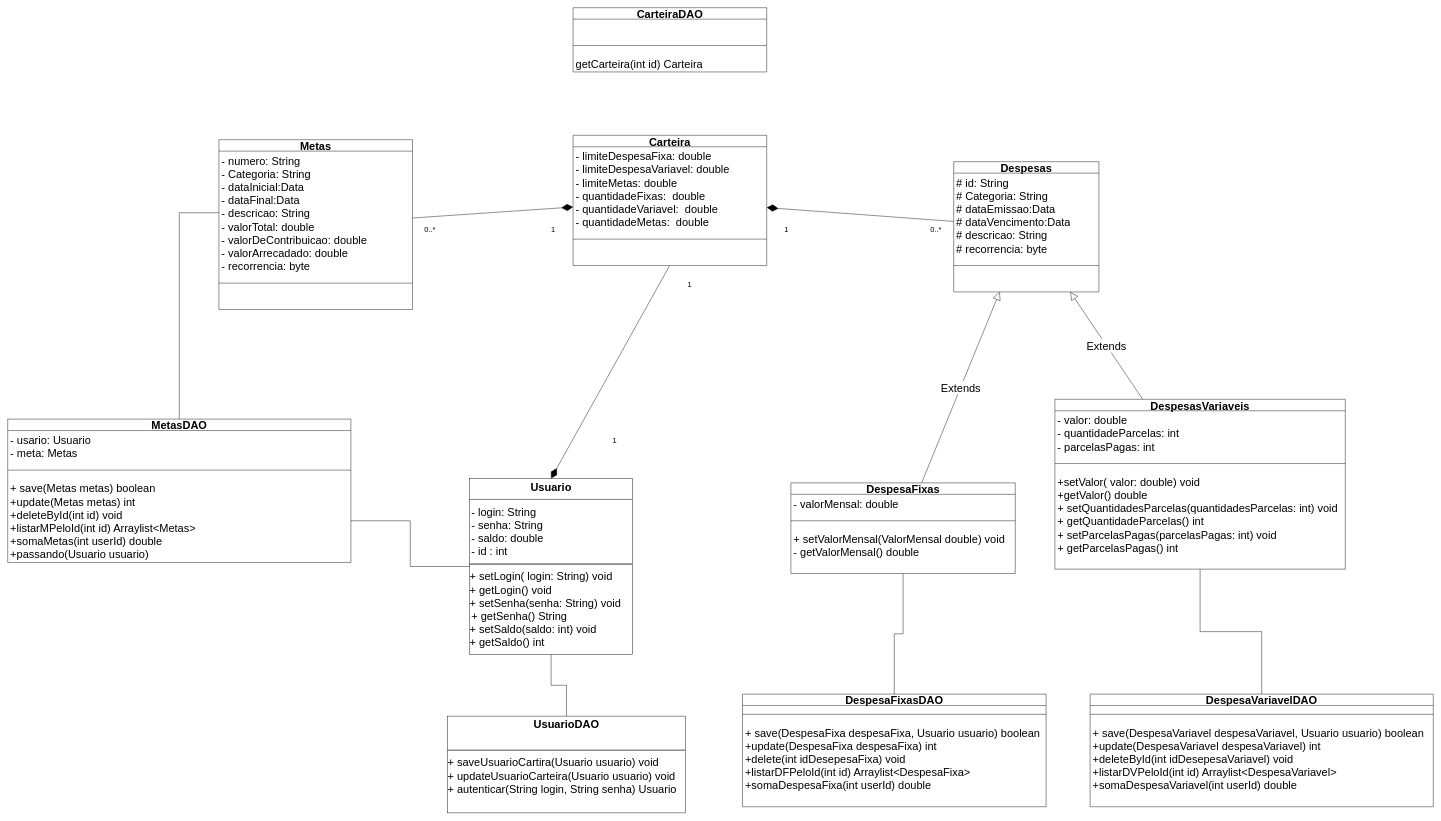
The draw.io diagram Diagrama de classe Controle-Financeiro.drawio in josevictoraraujorojas/Controle-Financeiro, before the edit. Source tidied: cells renumbered, new cells numbered last; positions are measured from the earlier drawing's top-left corner, leaving out a move shared by most shapes. Both pictures are drawn from the tidied source at 44%, with x=0, y=0 at pixel (7, 7).
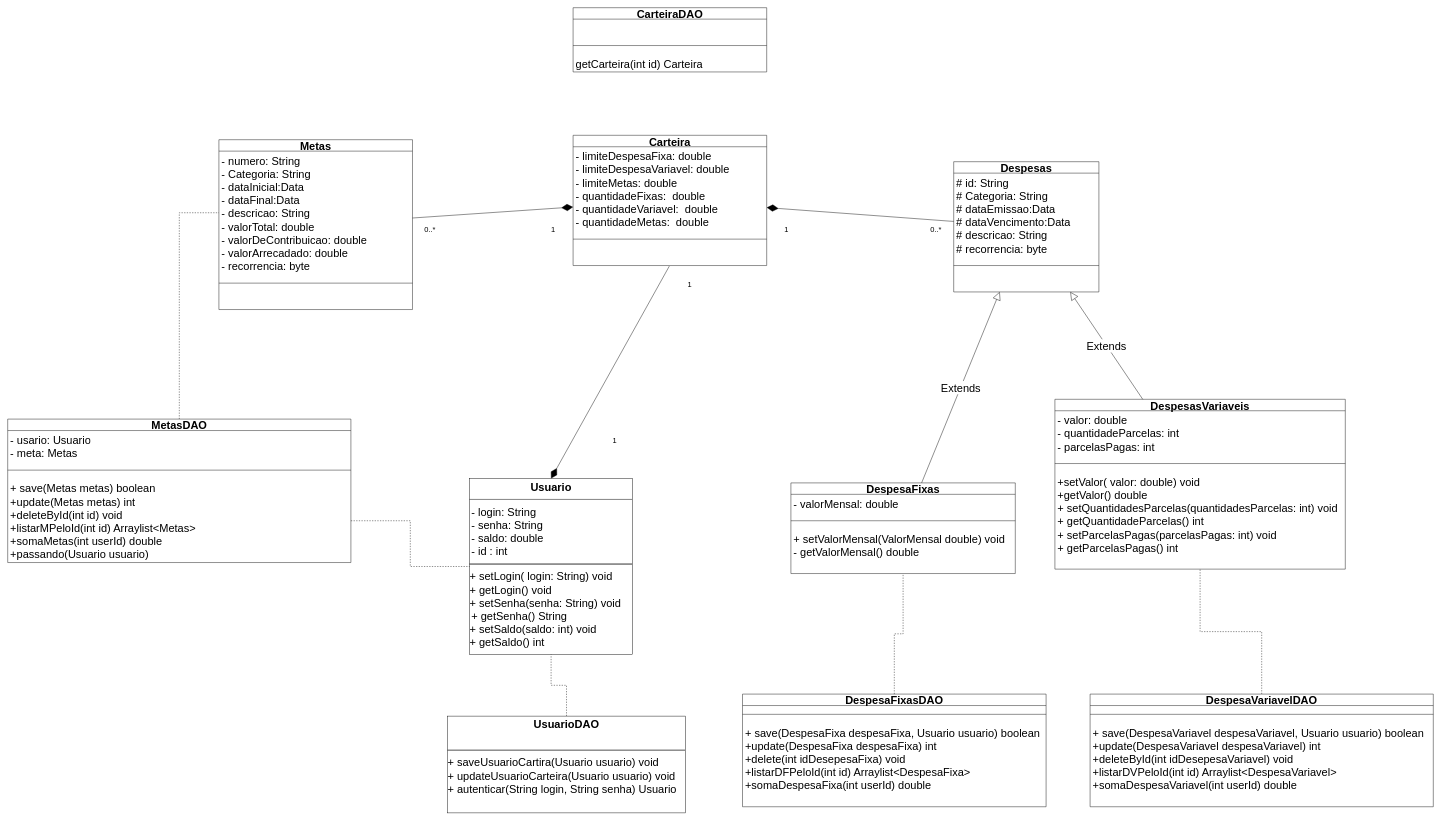
Above is the later version.

The change refers to these unchanged cells:
```xml
<mxCell id="2" value="&lt;p style=&quot;margin: 4px 0px 0px; text-align: center; font-size: 25px;&quot;&gt;&lt;b style=&quot;font-size: 25px;&quot;&gt;Usuario&lt;/b&gt;&lt;/p&gt;&lt;hr style=&quot;border-style: solid; font-size: 25px;&quot;&gt;&lt;p style=&quot;margin: 0px 0px 0px 4px; font-size: 25px;&quot;&gt;- login: String&lt;/p&gt;&lt;p style=&quot;margin: 0px 0px 0px 4px; font-size: 25px;&quot;&gt;- senha: String&lt;/p&gt;&lt;p style=&quot;margin: 0px 0px 0px 4px; font-size: 25px;&quot;&gt;&lt;span style=&quot;background-color: initial;&quot;&gt;- saldo: double&lt;/span&gt;&lt;br&gt;&lt;/p&gt;&lt;p style=&quot;margin: 0px 0px 0px 4px; font-size: 25px;&quot;&gt;&lt;span style=&quot;background-color: initial;&quot;&gt;- id : int&lt;/span&gt;&lt;/p&gt;&lt;hr style=&quot;border-style: solid; font-size: 25px;&quot;&gt;&lt;div&gt;+ setLogin(&lt;span style=&quot;background-color: initial;&quot;&gt;&amp;nbsp;login&lt;/span&gt;&lt;span style=&quot;background-color: initial;&quot;&gt;: String&lt;/span&gt;&lt;span style=&quot;background-color: initial;&quot;&gt;) void&lt;/span&gt;&lt;/div&gt;&lt;div&gt;&lt;span style=&quot;background-color: initial;&quot;&gt;+ getLogin() void&lt;/span&gt;&lt;/div&gt;&lt;div&gt;&lt;span style=&quot;background-color: initial;&quot;&gt;+ setSenha(senha&lt;/span&gt;&lt;span style=&quot;background-color: initial;&quot;&gt;: String&lt;/span&gt;&lt;span style=&quot;background-color: initial;&quot;&gt;) void&lt;/span&gt;&lt;/div&gt;&lt;p style=&quot;margin: 0px 0px 0px 4px;&quot;&gt;+ getSenha() String&lt;/p&gt;&lt;div&gt;+ setSaldo&lt;span style=&quot;background-color: initial;&quot;&gt;(saldo&lt;/span&gt;&lt;span style=&quot;background-color: initial;&quot;&gt;: int&lt;/span&gt;&lt;span style=&quot;background-color: initial;&quot;&gt;) void&lt;/span&gt;&lt;/div&gt;&lt;div&gt;+ getSaldo() int&lt;/div&gt;" style="verticalAlign=top;align=left;overflow=fill;html=1;whiteSpace=wrap;fontSize=25;" parent="1" vertex="1">
  <mxGeometry x="1050" y="1070" width="370" height="400" as="geometry" />
</mxCell>
<mxCell id="7" value="DespesasVariaveis" style="swimlane;fontStyle=1;align=center;verticalAlign=top;horizontal=1;startSize=26;whiteSpace=wrap;html=1;fontSize=25;spacingTop=-7;" parent="1" vertex="1">
  <mxGeometry x="2380" y="890" width="660" height="386" as="geometry" />
</mxCell>
<mxCell id="11" value="DespesaFixas" style="swimlane;fontStyle=1;align=center;verticalAlign=top;horizontal=1;startSize=26;whiteSpace=wrap;html=1;fontSize=25;spacingTop=-7;" parent="1" vertex="1">
  <mxGeometry x="1780" y="1080" width="510" height="206" as="geometry" />
</mxCell>
<mxCell id="16" value="&lt;div style=&quot;font-size: 25px;&quot;&gt;&lt;span style=&quot;background-color: initial; font-size: 25px;&quot;&gt;- numero: String&lt;/span&gt;&lt;/div&gt;&lt;div style=&quot;font-size: 25px;&quot;&gt;&lt;span style=&quot;background-color: initial; font-size: 25px;&quot;&gt;- Categoria: String&lt;/span&gt;&lt;/div&gt;&lt;div style=&quot;font-size: 25px;&quot;&gt;- dataInicial:Data&lt;/div&gt;&lt;div style=&quot;font-size: 25px;&quot;&gt;&lt;span style=&quot;background-color: initial; font-size: 25px;&quot;&gt;- dataFinal:Data&lt;/span&gt;&lt;/div&gt;&lt;div style=&quot;font-size: 25px;&quot;&gt;&lt;span style=&quot;background-color: initial; font-size: 25px;&quot;&gt;- descricao: String&lt;/span&gt;&lt;/div&gt;&lt;div style=&quot;font-size: 25px;&quot;&gt;&lt;span style=&quot;background-color: initial; font-size: 25px;&quot;&gt;- valorTotal: double&lt;/span&gt;&lt;/div&gt;&lt;div style=&quot;font-size: 25px;&quot;&gt;&lt;span style=&quot;background-color: initial; font-size: 25px;&quot;&gt;- valorDeContribuicao: double&lt;/span&gt;&lt;/div&gt;&lt;div style=&quot;font-size: 25px;&quot;&gt;&lt;span style=&quot;background-color: initial; font-size: 25px;&quot;&gt;- valorArrecadado: double&lt;/span&gt;&lt;/div&gt;&lt;div style=&quot;font-size: 25px;&quot;&gt;- recorrencia: byte&lt;/div&gt;" style="text;strokeColor=none;fillColor=none;align=left;verticalAlign=top;spacingLeft=4;spacingRight=4;overflow=hidden;points=[[0,0.5],[1,0.5]];portConstraint=eastwest;whiteSpace=wrap;html=1;fontSize=25;" parent="15" vertex="1">
  <mxGeometry y="26" width="440" height="280" as="geometry" />
</mxCell>
<mxCell id="39" value="&lt;p style=&quot;margin: 4px 0px 0px; text-align: center; font-size: 25px;&quot;&gt;&lt;b style=&quot;font-size: 25px;&quot;&gt;UsuarioDAO&lt;/b&gt;&lt;/p&gt;&lt;br&gt;&lt;hr style=&quot;border-style: solid; font-size: 25px;&quot;&gt;&lt;div&gt;+ saveUsuarioCartira(Usuario usuario) void&lt;/div&gt;&lt;div&gt;+ updateUsuarioCarteira(Usuario usuario) void&lt;/div&gt;&lt;div&gt;+ autenticar(String login, String senha) Usuario&lt;/div&gt;&lt;div&gt;&lt;br&gt;&lt;/div&gt;" style="verticalAlign=top;align=left;overflow=fill;html=1;whiteSpace=wrap;fontSize=25;" parent="1" vertex="1">
  <mxGeometry x="1000" y="1610" width="540" height="220" as="geometry" />
</mxCell>
<mxCell id="40" value="DespesaFixasDAO" style="swimlane;fontStyle=1;align=center;verticalAlign=top;horizontal=1;startSize=26;whiteSpace=wrap;html=1;fontSize=25;spacingTop=-7;" parent="1" vertex="1">
  <mxGeometry x="1670" y="1560" width="690" height="256" as="geometry" />
</mxCell>
<mxCell id="44" value="DespesaVariavelDAO" style="swimlane;fontStyle=1;align=center;verticalAlign=top;horizontal=1;startSize=26;whiteSpace=wrap;html=1;fontSize=25;spacingTop=-7;" parent="1" vertex="1">
  <mxGeometry x="2460" y="1560" width="780" height="256" as="geometry" />
</mxCell>
<mxCell id="48" value="MetasDAO" style="swimlane;fontStyle=1;align=center;verticalAlign=top;horizontal=1;startSize=26;whiteSpace=wrap;html=1;fontSize=25;spacingTop=-7;" parent="1" vertex="1">
  <mxGeometry y="935" width="780" height="326" as="geometry" />
</mxCell>
<mxCell id="51" value="&lt;div style=&quot;font-size: 25px;&quot;&gt;+ save(Metas metas) boolean&lt;/div&gt;&lt;div style=&quot;font-size: 25px;&quot;&gt;+update(Metas metas) int&lt;/div&gt;&lt;div style=&quot;font-size: 25px;&quot;&gt;+deleteById(int id) void&lt;/div&gt;&lt;div style=&quot;font-size: 25px;&quot;&gt;+listarMPeloId(int id) Arraylist&amp;lt;Metas&amp;gt;&lt;/div&gt;&lt;div style=&quot;font-size: 25px;&quot;&gt;+somaMetas(int userId) double&lt;/div&gt;&lt;div style=&quot;font-size: 25px;&quot;&gt;+passando(Usuario usuario)&lt;/div&gt;&lt;div style=&quot;font-size: 25px;&quot;&gt;&lt;br&gt;&lt;/div&gt;" style="text;strokeColor=none;fillColor=none;align=left;verticalAlign=top;spacingLeft=4;spacingRight=4;overflow=hidden;points=[[0,0.5],[1,0.5]];portConstraint=eastwest;whiteSpace=wrap;html=1;fontSize=25;" parent="48" vertex="1">
  <mxGeometry y="136" width="780" height="190" as="geometry" />
</mxCell>
```

Change to the diagram source:
```diff
@@
-    <mxCell id="38" style="edgeStyle=orthogonalEdgeStyle;rounded=0;jettySize=auto;html=1;entryX=0.5;entryY=1;entryDx=0;entryDy=0;endArrow=none;endFill=0;" parent="1" edge="1" source="39" target="2">
+    <mxCell id="38" style="edgeStyle=orthogonalEdgeStyle;rounded=0;jettySize=auto;html=1;entryX=0.5;entryY=1;entryDx=0;entryDy=0;endArrow=none;endFill=0;dashed=1;" parent="1" edge="1" source="39" target="2">
       <mxGeometry relative="1" as="geometry" />
     </mxCell>
@@
-    <mxCell id="43" style="edgeStyle=orthogonalEdgeStyle;rounded=0;jettySize=auto;html=1;endArrow=none;endFill=0;" parent="1" edge="1" source="44" target="7">
+    <mxCell id="43" style="edgeStyle=orthogonalEdgeStyle;rounded=0;jettySize=auto;html=1;endArrow=none;endFill=0;dashed=1;" parent="1" edge="1" source="44" target="7">
       <mxGeometry relative="1" as="geometry" />
     </mxCell>
@@
-    <mxCell id="47" style="edgeStyle=orthogonalEdgeStyle;rounded=0;jettySize=auto;html=1;endArrow=none;endFill=0;endSize=24;" parent="1" edge="1" source="48" target="16">
+    <mxCell id="47" style="edgeStyle=orthogonalEdgeStyle;rounded=0;jettySize=auto;html=1;endArrow=none;endFill=0;endSize=24;dashed=1;" parent="1" edge="1" source="48" target="16">
       <mxGeometry relative="1" as="geometry" />
     </mxCell>
@@
-    <mxCell id="52" style="edgeStyle=orthogonalEdgeStyle;rounded=0;jettySize=auto;html=1;endArrow=none;endFill=0;endSize=24;" parent="1" edge="1" source="51" target="2">
+    <mxCell id="52" style="edgeStyle=orthogonalEdgeStyle;rounded=0;jettySize=auto;html=1;endArrow=none;endFill=0;endSize=24;dashed=1;" parent="1" edge="1" source="51" target="2">
       <mxGeometry relative="1" as="geometry" />
     </mxCell>
-    <mxCell id="53" style="edgeStyle=orthogonalEdgeStyle;rounded=0;jettySize=auto;html=1;endArrow=none;endFill=0;" parent="1" edge="1" source="40" target="11">
+    <mxCell id="53" style="edgeStyle=orthogonalEdgeStyle;rounded=0;jettySize=auto;html=1;endArrow=none;endFill=0;dashed=1;" parent="1" edge="1" source="40" target="11">
       <mxGeometry relative="1" as="geometry" />
     </mxCell>
```
